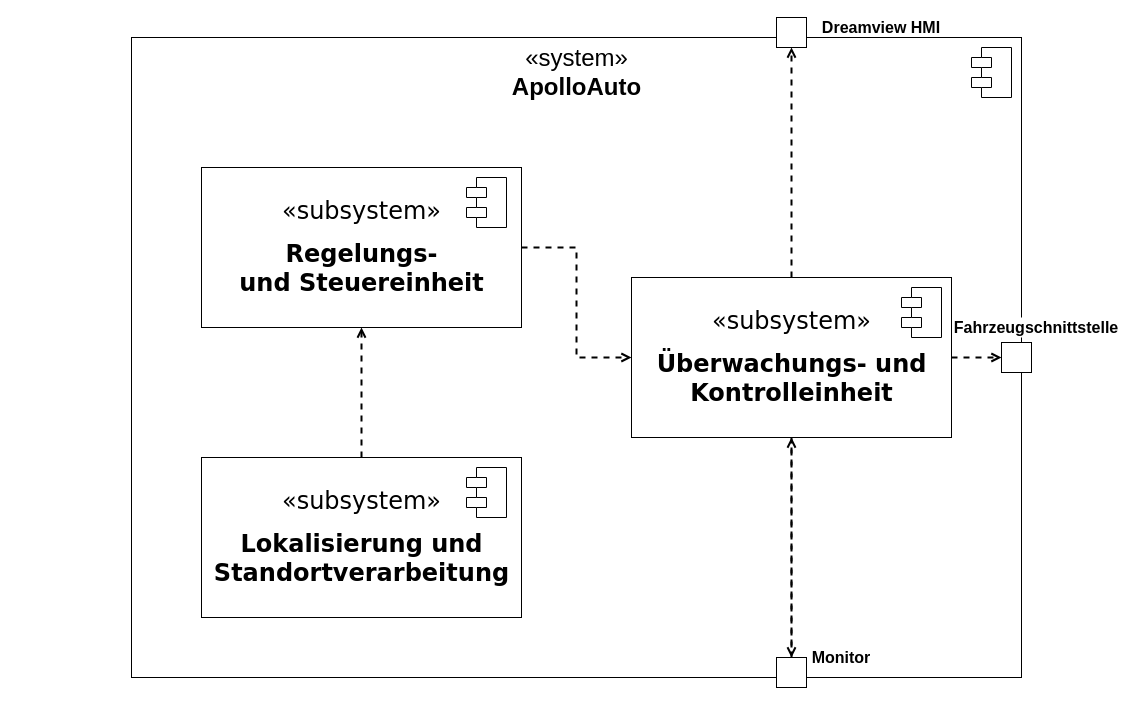
The draw.io diagram images/Ebene1_Bausteinsicht.drawio in Apollak11/arc42-asciidoc-apolloauto-SSIM, before the edit. Source tidied: cells renumbered, new cells numbered last; positions are measured from the earlier drawing's top-left corner, leaving out a move shared by most shapes. Both pictures are drawn from the tidied source at 100%, with x=0, y=0 at pixel (131, 17).
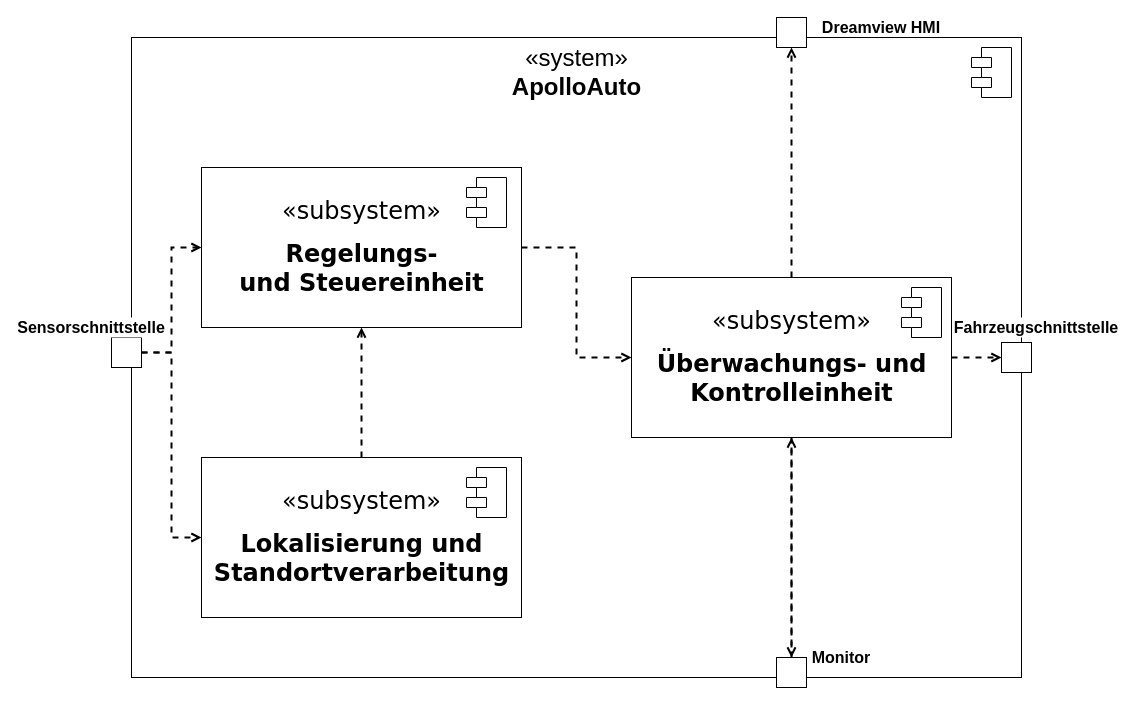
Above is the later version.

Unchanged cells that the change refers to:
```xml
<mxCell id="4" value="&lt;div style=&quot;font-size: 24px&quot;&gt;&lt;font style=&quot;font-size: 24px&quot;&gt;«subsystem&lt;/font&gt;&lt;font style=&quot;font-size: 24px&quot;&gt;»&lt;/font&gt;&lt;/div&gt;&lt;div&gt;&lt;font style=&quot;font-size: 12px&quot;&gt;&lt;br&gt;&lt;/font&gt;&lt;/div&gt;&lt;div style=&quot;font-size: 24px&quot;&gt;&lt;b&gt;&lt;font style=&quot;font-size: 24px&quot;&gt;Regelungs-&lt;/font&gt;&lt;/b&gt;&lt;/div&gt;&lt;div style=&quot;font-size: 24px&quot;&gt;&lt;b&gt;&lt;font style=&quot;font-size: 24px&quot;&gt;und Steuereinheit&lt;/font&gt;&lt;/b&gt;&lt;/div&gt;" style="html=1;rounded=0;shadow=0;comic=0;labelBackgroundColor=none;strokeWidth=1;fontFamily=Verdana;fontSize=12;align=center;" parent="1" vertex="1">
  <mxGeometry x="70" y="150" width="320" height="160" as="geometry" />
</mxCell>
<mxCell id="7" value="&lt;div style=&quot;font-size: 24px&quot;&gt;&lt;font style=&quot;font-size: 24px&quot;&gt;«subsystem&lt;/font&gt;&lt;font style=&quot;font-size: 24px&quot;&gt;»&lt;/font&gt;&lt;/div&gt;&lt;div&gt;&lt;br&gt;&lt;/div&gt;&lt;div&gt;&lt;font size=&quot;1&quot;&gt;&lt;b style=&quot;font-size: 24px&quot;&gt;Lokalisierung und&lt;/b&gt;&lt;/font&gt;&lt;/div&gt;&lt;div&gt;&lt;font size=&quot;1&quot;&gt;&lt;b style=&quot;font-size: 24px&quot;&gt;Standortverarbeitung&lt;/b&gt;&lt;/font&gt;&lt;br&gt;&lt;/div&gt;" style="html=1;rounded=0;shadow=0;comic=0;labelBackgroundColor=none;strokeWidth=1;fontFamily=Verdana;fontSize=12;align=center;" parent="1" vertex="1">
  <mxGeometry x="70" y="440" width="320" height="160" as="geometry" />
</mxCell>
```

Change to the diagram source:
```diff
@@
+    <mxCell id="24" style="edgeStyle=orthogonalEdgeStyle;rounded=0;jettySize=auto;html=1;entryX=0;entryY=0.5;entryDx=0;entryDy=0;dashed=1;endArrow=open;endFill=0;strokeWidth=2;" parent="1" edge="1" source="26" target="7">
+      <mxGeometry relative="1" as="geometry" />
+    </mxCell>
+    <mxCell id="25" style="edgeStyle=orthogonalEdgeStyle;rounded=0;jettySize=auto;html=1;entryX=0;entryY=0.5;entryDx=0;entryDy=0;dashed=1;endArrow=open;endFill=0;strokeWidth=2;" parent="1" edge="1" source="26" target="4">
+      <mxGeometry relative="1" as="geometry" />
+    </mxCell>
+    <mxCell id="26" style="rounded=0;whiteSpace=wrap;html=1;" parent="1" vertex="1">
+      <mxGeometry x="-20" y="320" width="30" height="30" as="geometry" />
+    </mxCell>
+    <mxCell id="27" value="&lt;b&gt;&lt;font style=&quot;font-size: 16px&quot;&gt;Sensorschnittstelle&lt;/font&gt;&lt;/b&gt;" style="text;html=1;strokeColor=none;align=center;verticalAlign=middle;whiteSpace=wrap;rounded=0;fillColor=#ffffff;" parent="1" vertex="1">
+      <mxGeometry x="-100" y="300" width="120" height="20" as="geometry" />
+    </mxCell>
```
